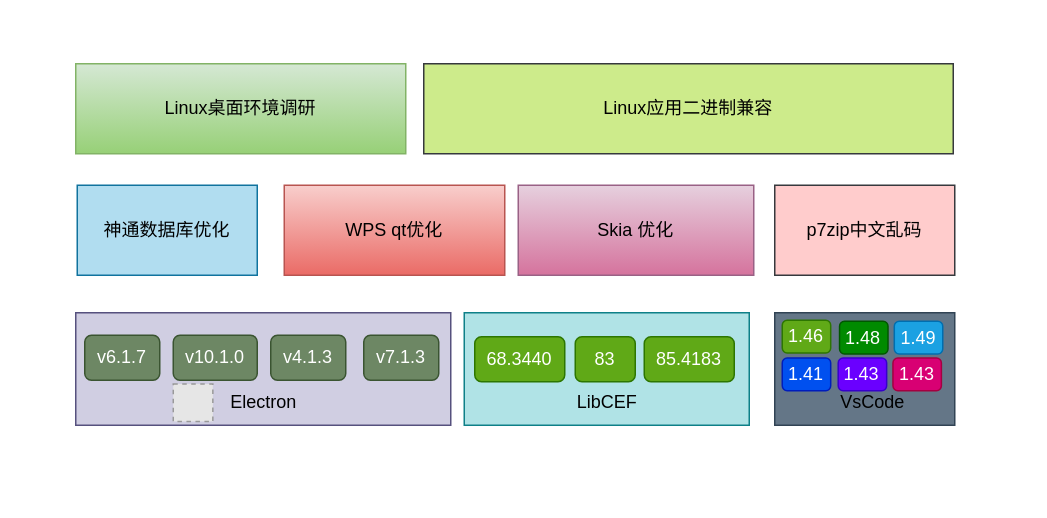
Above: 年度工作.drawio in Doorer/draw.io-1 (draw.io), before the change. Source tidied: cells renumbered, new cells numbered last; positions are measured from the earlier drawing's top-left corner, leaving out a move shared by most shapes. Both pictures are drawn from the tidied source at 150%, with x=0, y=0 at pixel (75, 63). Pictures stored in the file or linked from it are replaced by grey dashed boxes.
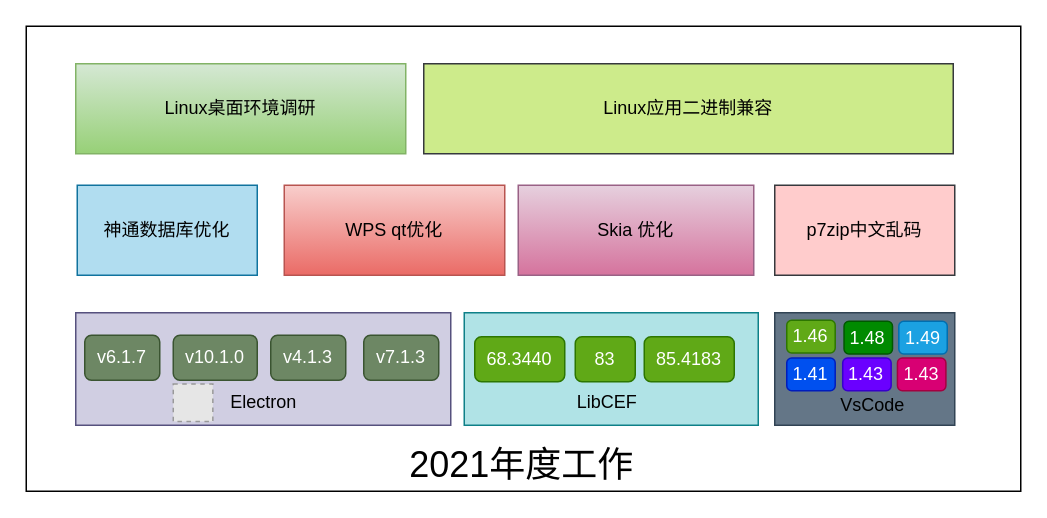
The same page after the edit.

Commit message (it also covers changes not shown here):
更新年度工作.drawio

Diff of the diagram source:
```diff
@@
+    <mxCell id="29" style="rounded=0;whiteSpace=wrap;html=1;" parent="1" vertex="1">
+      <mxGeometry x="-33" y="-25" width="663" height="310" as="geometry" />
+    </mxCell>
@@
     <mxCell id="16" style="rounded=0;whiteSpace=wrap;html=1;fillColor=#b0e3e6;strokeColor=#0e8088;" parent="1" vertex="1">
-      <mxGeometry x="259" y="166" width="190" height="75" as="geometry" />
+      <mxGeometry x="259" y="166" width="196" height="75" as="geometry" />
     </mxCell>
@@
     <mxCell id="21" value="VsCode" style="text;html=1;align=center;verticalAlign=middle;fillColor=none;strokeColor=none;rounded=0;fontColor=#000000;" parent="1" vertex="1">
-      <mxGeometry x="504" y="217" width="53" height="18" as="geometry" />
+      <mxGeometry x="504" y="219" width="53" height="18" as="geometry" />
     </mxCell>
     <mxCell id="22" style="group;" parent="1" vertex="1">
-      <mxGeometry x="471" y="171" width="107" height="47" as="geometry" />
+      <mxGeometry x="474" y="171" width="107" height="47" as="geometry" />
     </mxCell>
@@
+    <mxCell id="30" value="&lt;font style=&quot;font-size: 24px&quot;&gt;2021年度工作&lt;/font&gt;" style="text;html=1;align=center;verticalAlign=middle;fillColor=none;strokeColor=none;rounded=0;fontColor=#000000;" parent="1" vertex="1">
+      <mxGeometry x="217" y="257" width="159" height="22" as="geometry" />
+    </mxCell>
```
